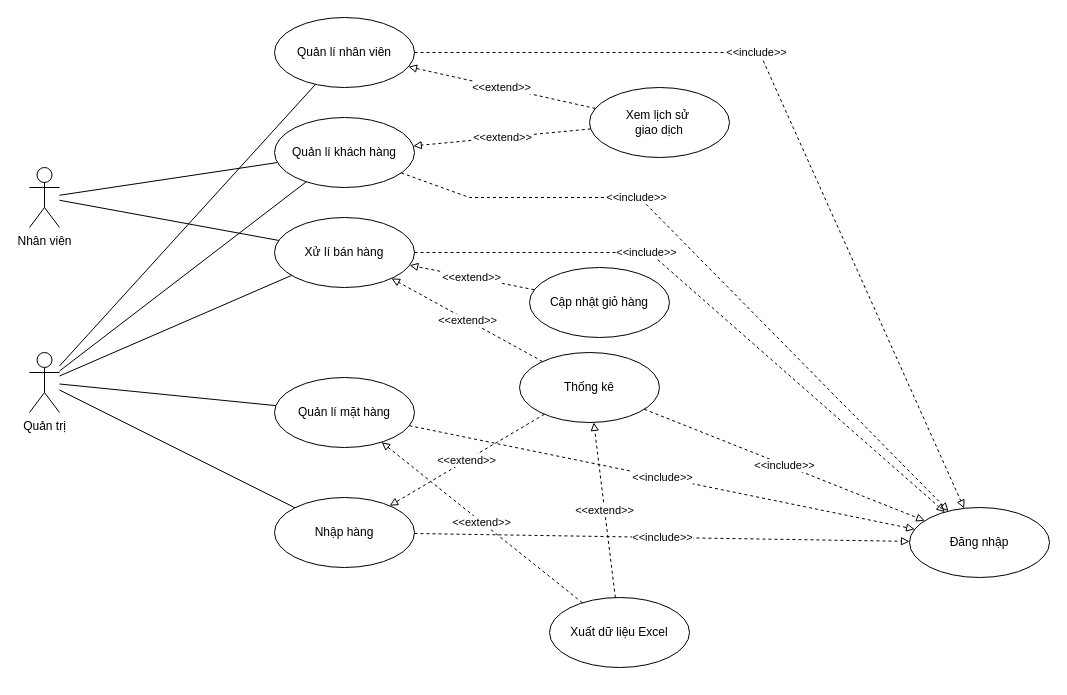
This is page "Page-1" (1 of 7) of DIG_Usecase.drawio from EdgarIgnite16/OOAD-Project, a draw.io file, before an edit. Source tidied: cells renumbered, new cells numbered last; positions are measured from the earlier drawing's top-left corner, leaving out a move shared by most shapes. Both pictures are drawn from the tidied source at 100%, with x=0, y=0 at pixel (29, 17).
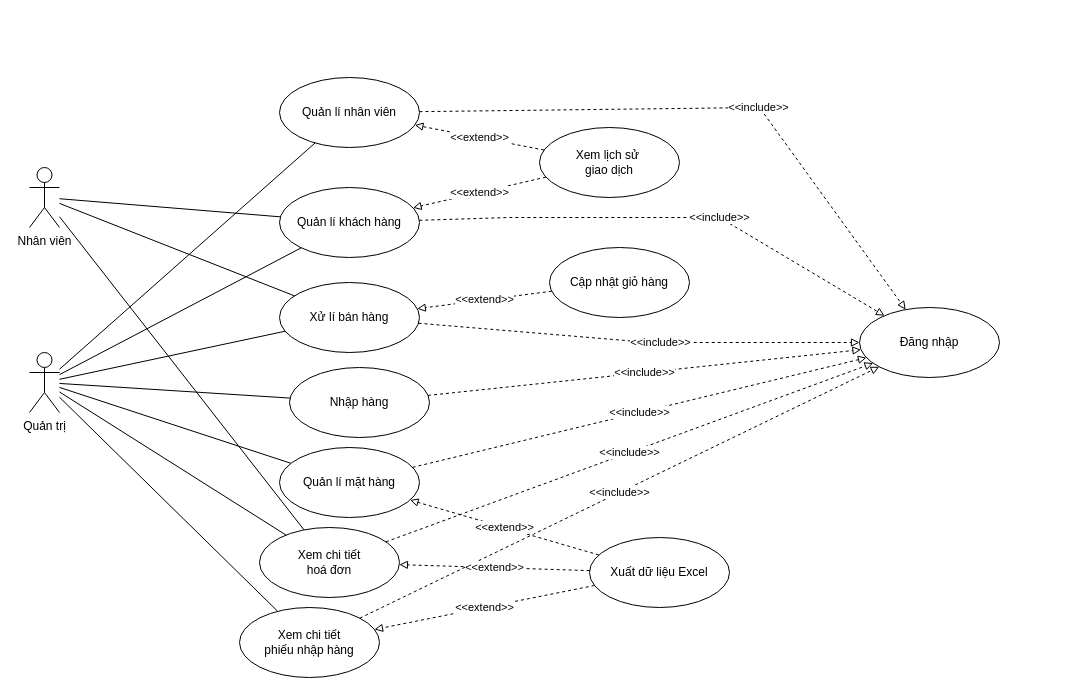
Above is the later version.

The change refers to these unchanged cells:
```xml
<mxCell id="3" value="Nhân viên" style="shape=umlActor;verticalLabelPosition=bottom;verticalAlign=top;html=1;outlineConnect=0;" parent="1" vertex="1">
  <mxGeometry y="150" width="30" height="60" as="geometry" />
</mxCell>
<mxCell id="15" value="Quản trị" style="shape=umlActor;verticalLabelPosition=bottom;verticalAlign=top;html=1;outlineConnect=0;" parent="1" vertex="1">
  <mxGeometry y="335" width="30" height="60" as="geometry" />
</mxCell>
```

Diff of the diagram source:
```diff
@@
     <mxCell id="4" value="Đăng nhập" style="ellipse;whiteSpace=wrap;html=1;" parent="1" vertex="1">
-      <mxGeometry x="880" y="490" width="140" height="70" as="geometry" />
+      <mxGeometry x="830" y="290" width="140" height="70" as="geometry" />
     </mxCell>
     <mxCell id="5" value="Quản lí&amp;nbsp;khách hàng" style="ellipse;whiteSpace=wrap;html=1;" parent="1" vertex="1">
-      <mxGeometry x="245" y="100" width="140" height="70" as="geometry" />
+      <mxGeometry x="250" y="170" width="140" height="70" as="geometry" />
     </mxCell>
     <mxCell id="6" value="Quản lí&amp;nbsp;nhân viên" style="ellipse;whiteSpace=wrap;html=1;" parent="1" vertex="1">
-      <mxGeometry x="245" width="140" height="70" as="geometry" />
+      <mxGeometry x="250" y="60" width="140" height="70" as="geometry" />
     </mxCell>
     <mxCell id="7" value="Nhập hàng" style="ellipse;whiteSpace=wrap;html=1;" parent="1" vertex="1">
-      <mxGeometry x="245" y="480" width="140" height="70" as="geometry" />
+      <mxGeometry x="260" y="350" width="140" height="70" as="geometry" />
     </mxCell>
     <mxCell id="8" value="Xử lí bán hàng" style="ellipse;whiteSpace=wrap;html=1;" parent="1" vertex="1">
-      <mxGeometry x="245" y="200" width="140" height="70" as="geometry" />
+      <mxGeometry x="250" y="265" width="140" height="70" as="geometry" />
     </mxCell>
-    <mxCell id="9" value="Thống kê" style="ellipse;whiteSpace=wrap;html=1;" parent="1" vertex="1">
-      <mxGeometry x="490" y="335" width="140" height="70" as="geometry" />
+    <mxCell id="9" value="Xem chi tiết &lt;br&gt;phiếu nhập hàng" style="ellipse;whiteSpace=wrap;html=1;" parent="1" vertex="1">
+      <mxGeometry x="210" y="590" width="140" height="70" as="geometry" />
     </mxCell>
     <mxCell id="10" value="Quản lí&amp;nbsp;mặt hàng" style="ellipse;whiteSpace=wrap;html=1;" parent="1" vertex="1">
-      <mxGeometry x="245" y="360" width="140" height="70" as="geometry" />
+      <mxGeometry x="250" y="430" width="140" height="70" as="geometry" />
     </mxCell>
@@
     <mxCell id="18" value="Xuất dữ liệu Excel" style="ellipse;whiteSpace=wrap;html=1;" parent="1" vertex="1">
-      <mxGeometry x="520" y="580" width="140" height="70" as="geometry" />
+      <mxGeometry x="560" y="520" width="140" height="70" as="geometry" />
     </mxCell>
@@
-    <mxCell id="20" value="&amp;lt;&amp;lt;extend&amp;gt;&amp;gt;" style="rounded=0;jettySize=auto;html=1;endArrow=block;endFill=0;dashed=1;" parent="1" edge="1" source="9" target="7">
-      <mxGeometry relative="1" as="geometry" />
-    </mxCell>
-    <mxCell id="21" value="&amp;lt;&amp;lt;extend&amp;gt;&amp;gt;" style="rounded=0;jettySize=auto;html=1;endArrow=block;endFill=0;dashed=1;" parent="1" edge="1" source="9" target="8">
-      <mxGeometry relative="1" as="geometry" />
-    </mxCell>
     <mxCell id="22" value="Xem lịch sử&amp;nbsp;&lt;br&gt;giao dịch" style="ellipse;whiteSpace=wrap;html=1;" parent="1" vertex="1">
-      <mxGeometry x="560" y="70" width="140" height="70" as="geometry" />
+      <mxGeometry x="510" y="110" width="140" height="70" as="geometry" />
     </mxCell>
@@
-    <mxCell id="25" value="&amp;lt;&amp;lt;extend&amp;gt;&amp;gt;" style="rounded=0;jettySize=auto;html=1;endArrow=block;endFill=0;dashed=1;" parent="1" edge="1" source="18" target="10">
-      <mxGeometry relative="1" as="geometry" />
-    </mxCell>
@@
-    <mxCell id="27" value="&amp;lt;&amp;lt;extend&amp;gt;&amp;gt;" style="rounded=0;jettySize=auto;html=1;endArrow=block;endFill=0;dashed=1;" parent="1" edge="1" source="18" target="9">
-      <mxGeometry relative="1" as="geometry" />
-    </mxCell>
     <mxCell id="28" value="&amp;lt;&amp;lt;include&amp;gt;&amp;gt;" style="rounded=0;jettySize=auto;html=1;endArrow=block;endFill=0;dashed=1;" parent="1" edge="1" source="8" target="4">
-      <mxGeometry x="-0.26" relative="1" as="geometry">
+      <mxGeometry x="0.1" relative="1" as="geometry">
         <Array as="points">
-          <mxPoint x="620" y="235" />
+          <mxPoint x="620" y="325" />
         </Array>
       </mxGeometry>
     </mxCell>
     <mxCell id="29" value="&amp;lt;&amp;lt;include&amp;gt;&amp;gt;" style="rounded=0;jettySize=auto;html=1;endArrow=block;endFill=0;dashed=1;" parent="1" edge="1" source="5" target="4">
-      <mxGeometry x="-0.3" relative="1" as="geometry">
+      <mxGeometry x="0.22" relative="1" as="geometry">
         <Array as="points">
-          <mxPoint x="440" y="180" />
-          <mxPoint x="610" y="180" />
+          <mxPoint x="480" y="200" />
+          <mxPoint x="630" y="200" />
+          <mxPoint x="690" y="200" />
         </Array>
       </mxGeometry>
     </mxCell>
     <mxCell id="30" value="&amp;lt;&amp;lt;include&amp;gt;&amp;gt;" style="rounded=0;jettySize=auto;html=1;endArrow=block;endFill=0;dashed=1;" parent="1" edge="1" source="6" target="4">
-      <mxGeometry x="-0.19" relative="1" as="geometry">
+      <mxGeometry x="0.15" relative="1" as="geometry">
         <Array as="points">
-          <mxPoint x="730" y="35" />
+          <mxPoint x="730" y="90" />
         </Array>
       </mxGeometry>
     </mxCell>
@@
     <mxCell id="32" value="Cập nhật giỏ hàng" style="ellipse;whiteSpace=wrap;html=1;" parent="1" vertex="1">
-      <mxGeometry x="500" y="250" width="140" height="70" as="geometry" />
+      <mxGeometry x="520" y="230" width="140" height="70" as="geometry" />
     </mxCell>
@@
+    <mxCell id="34" value="Xem chi tiết &lt;br&gt;hoá đơn" style="ellipse;whiteSpace=wrap;html=1;" parent="1" vertex="1">
+      <mxGeometry x="230" y="510" width="140" height="70" as="geometry" />
+    </mxCell>
+    <mxCell id="35" style="edgeStyle=none;rounded=0;jettySize=auto;html=1;endArrow=none;endFill=0;startArrow=none;startFill=0;" parent="1" edge="1" source="15" target="34">
+      <mxGeometry relative="1" as="geometry" />
+    </mxCell>
+    <mxCell id="36" style="edgeStyle=none;rounded=0;jettySize=auto;html=1;endArrow=none;endFill=0;startArrow=none;startFill=0;" parent="1" edge="1" source="15" target="9">
+      <mxGeometry relative="1" as="geometry" />
+    </mxCell>
+    <mxCell id="37" value="&amp;lt;&amp;lt;include&amp;gt;&amp;gt;" style="rounded=0;jettySize=auto;html=1;endArrow=block;endFill=0;dashed=1;" parent="1" edge="1" source="34" target="4">
+      <mxGeometry relative="1" as="geometry" />
+    </mxCell>
+    <mxCell id="25" value="&amp;lt;&amp;lt;extend&amp;gt;&amp;gt;" style="rounded=0;jettySize=auto;html=1;endArrow=block;endFill=0;dashed=1;" parent="1" edge="1" source="18" target="10">
+      <mxGeometry relative="1" as="geometry" />
+    </mxCell>
+    <mxCell id="38" value="&amp;lt;&amp;lt;extend&amp;gt;&amp;gt;" style="rounded=0;jettySize=auto;html=1;endArrow=block;endFill=0;dashed=1;" parent="1" edge="1" source="18" target="34">
+      <mxGeometry relative="1" as="geometry" />
+    </mxCell>
+    <mxCell id="27" value="&amp;lt;&amp;lt;extend&amp;gt;&amp;gt;" style="rounded=0;jettySize=auto;html=1;endArrow=block;endFill=0;dashed=1;" parent="1" edge="1" source="18" target="9">
+      <mxGeometry relative="1" as="geometry" />
+    </mxCell>
+    <mxCell id="39" style="edgeStyle=none;rounded=0;jettySize=auto;html=1;endArrow=none;endFill=0;startArrow=none;startFill=0;" parent="1" edge="1" source="3" target="34">
+      <mxGeometry relative="1" as="geometry" />
+    </mxCell>
```
